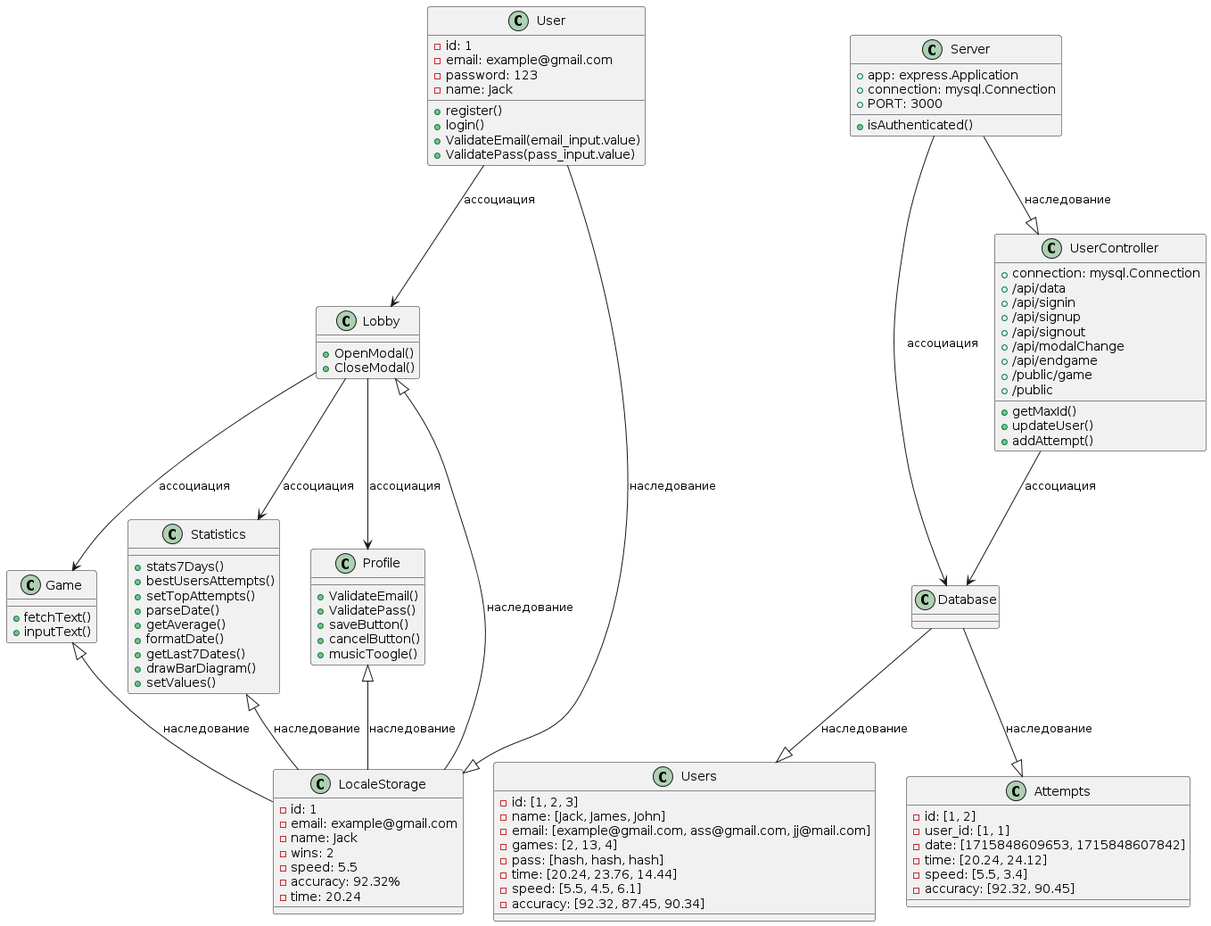
This is docs/diagrams/objects.png from danelloptz/typeguru, a PlantUML export, as it was before one commit.
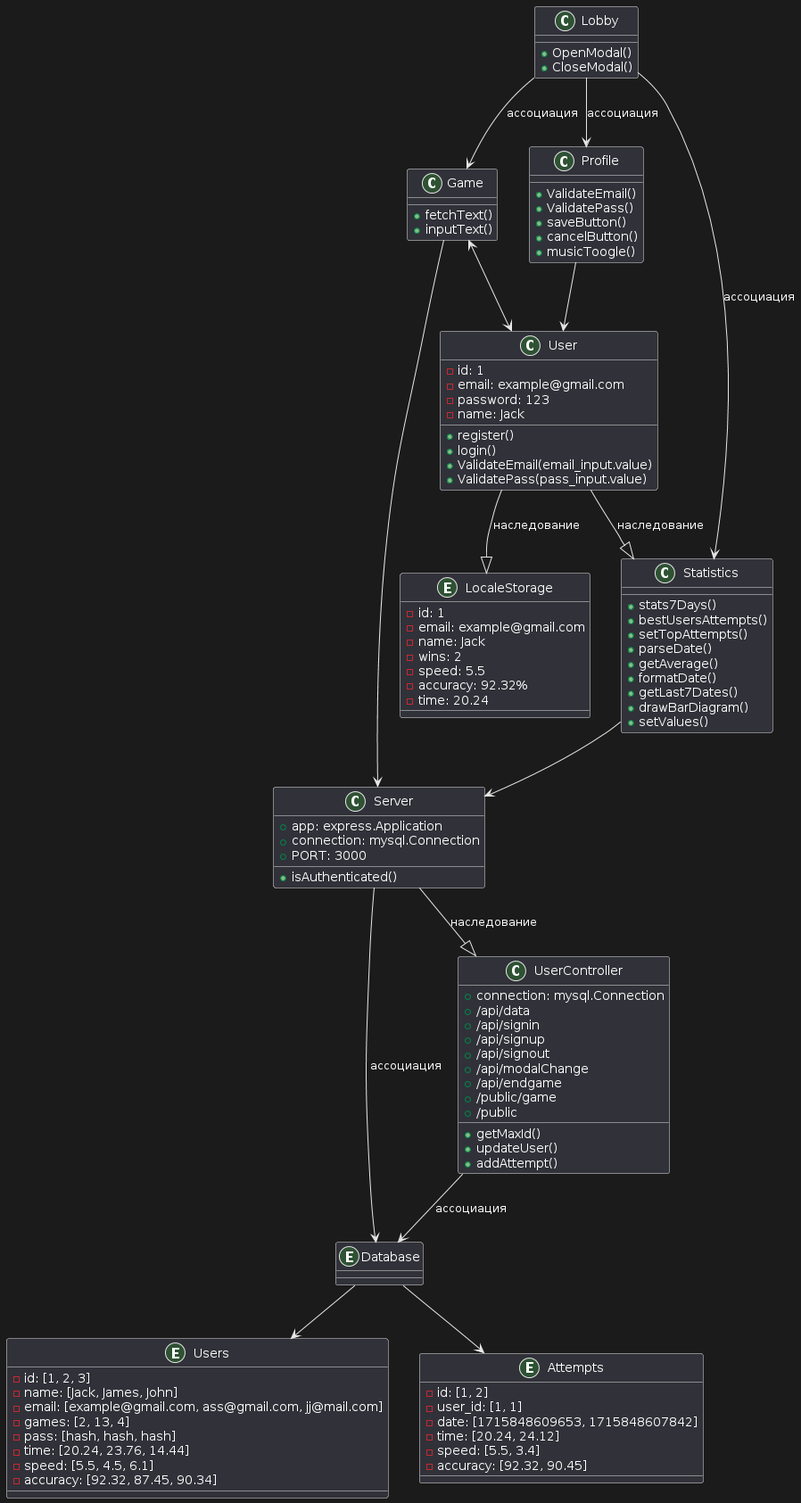
Above is the later version.

Commit message:
обновлены диаграммы классов и объектов

Change to the diagram source:
```diff
@@ -40,7 +40,7 @@
  + OpenModal()
  + CloseModal()
 }
-class LocaleStorage {
+entity LocaleStorage {
  - id: 1
  - email: example@gmail.com
  - name: Jack
@@ -57,10 +57,10 @@
 
 }
 
-class Database {
+entity Database {
 }
 
-class Users {
+entity Users {
  - id: [1, 2, 3]
  - name: [Jack, James, John]
  - email: [example@gmail.com, ass@gmail.com, jj@mail.com]
@@ -71,7 +71,7 @@
  - accuracy: [92.32, 87.45, 90.34]
 }
 
-class Attempts {
+entity Attempts {
  - id: [1, 2]
  - user_id: [1, 1]
  - date: [1715848609653, 1715848607842]
@@ -96,19 +96,19 @@
 }
 
 
-User --> Lobby : ассоциация
+Profile --> User
+User --|> Statistics : наследование
+Game <--> User
 Lobby --> Game : ассоциация
 Lobby --> Statistics : ассоциация
 Lobby --> Profile : ассоциация
 User --|> LocaleStorage : наследование
-Profile <|-- LocaleStorage : наследование
-Game <|-- LocaleStorage : наследование
-Lobby <|-- LocaleStorage : наследование
-Statistics <|-- LocaleStorage : наследование
 
+Statistics --> Server
+Game --> Server
 Server --> Database : ассоциация
 Server --|>  UserController : наследование
 UserController --> Database : ассоциация
-Database --|> Users : наследование
-Database --|> Attempts : наследование
+Database --> Users
+Database --> Attempts
 @enduml
```
